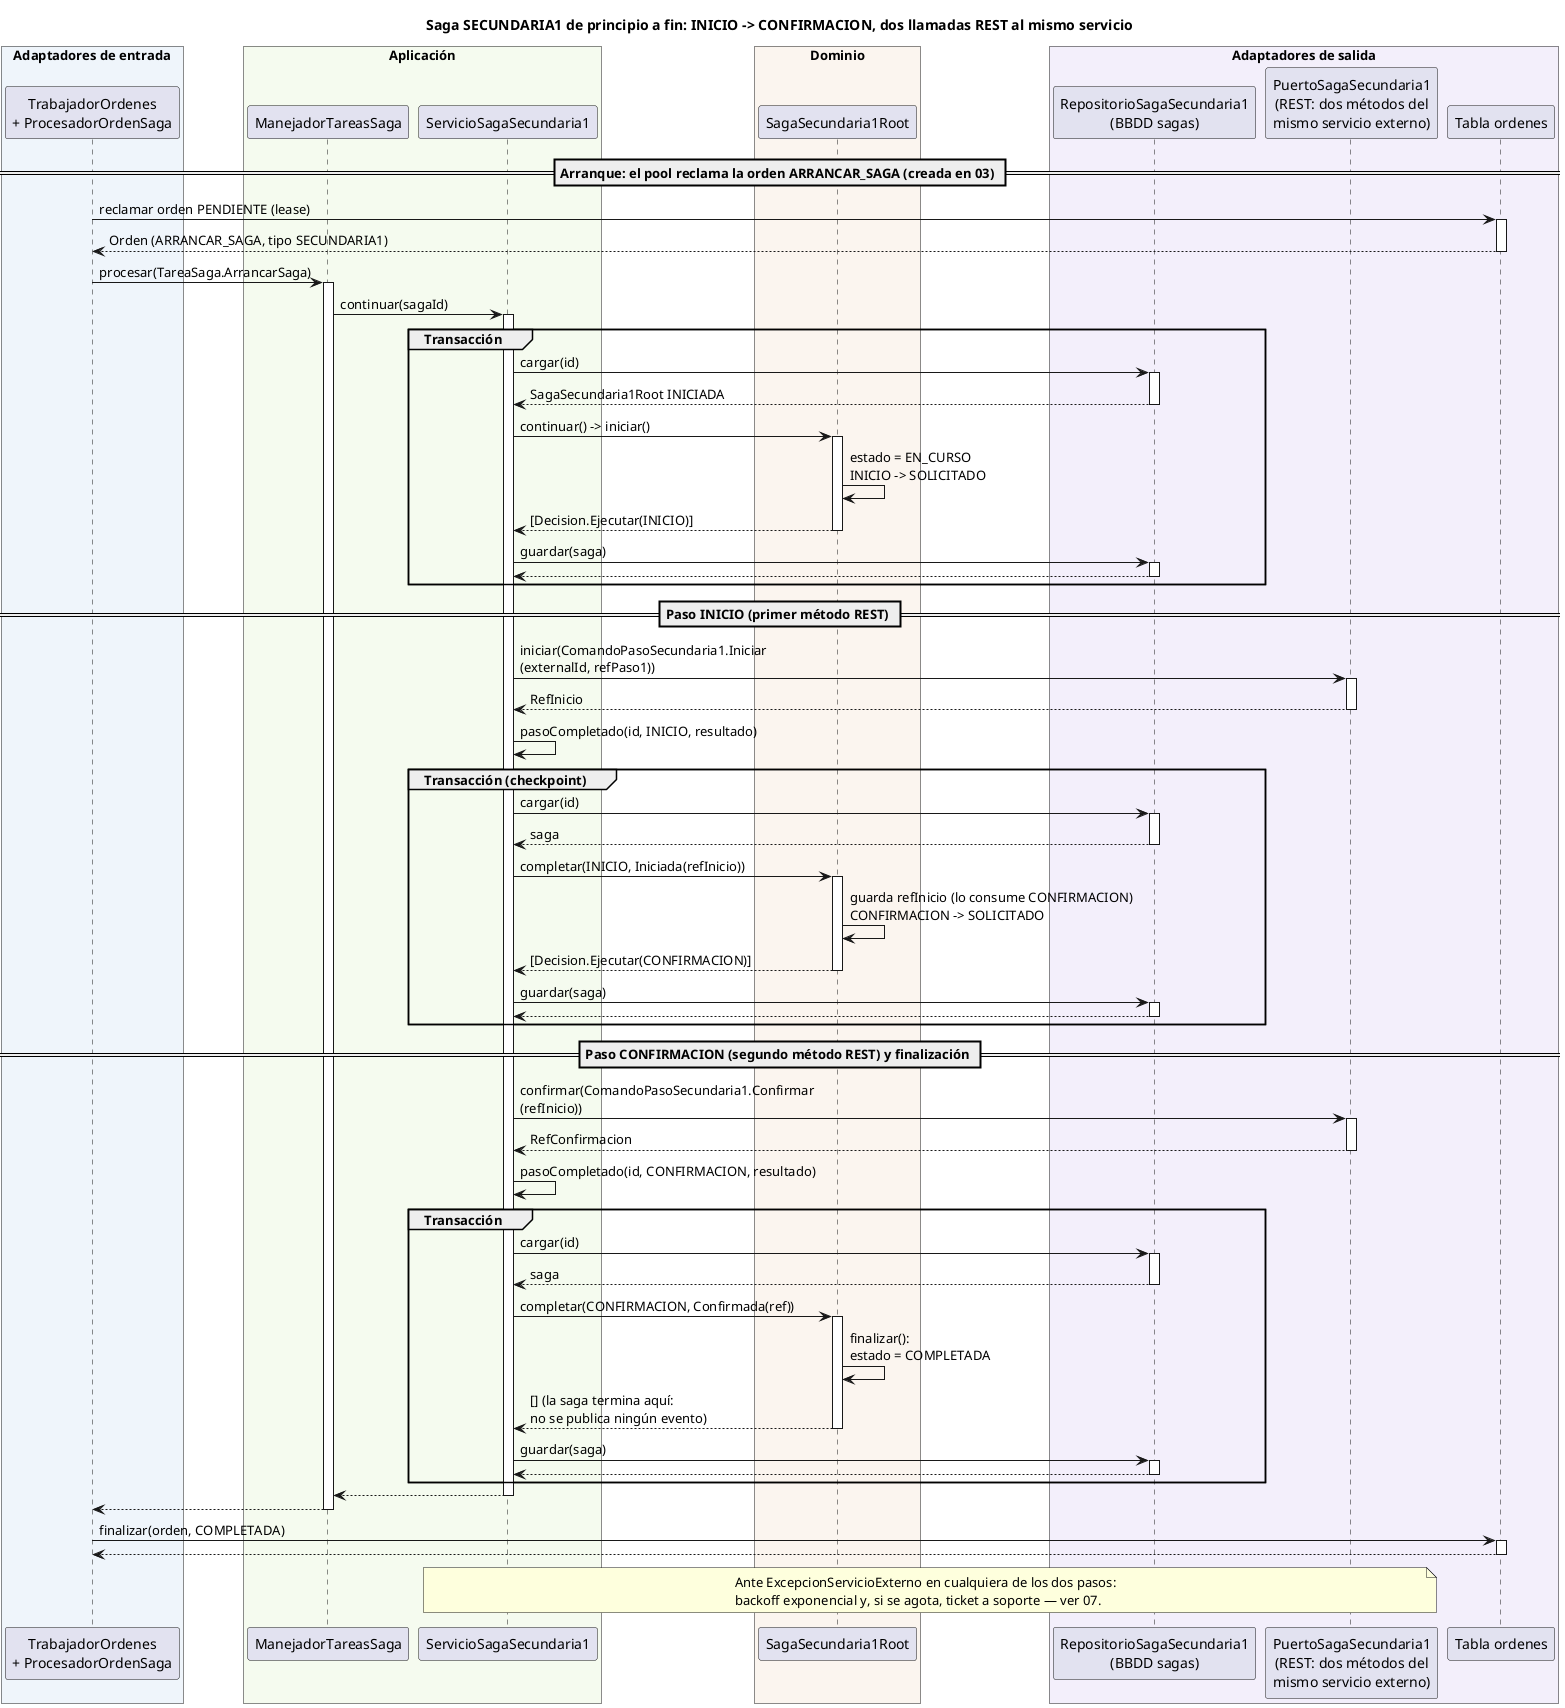
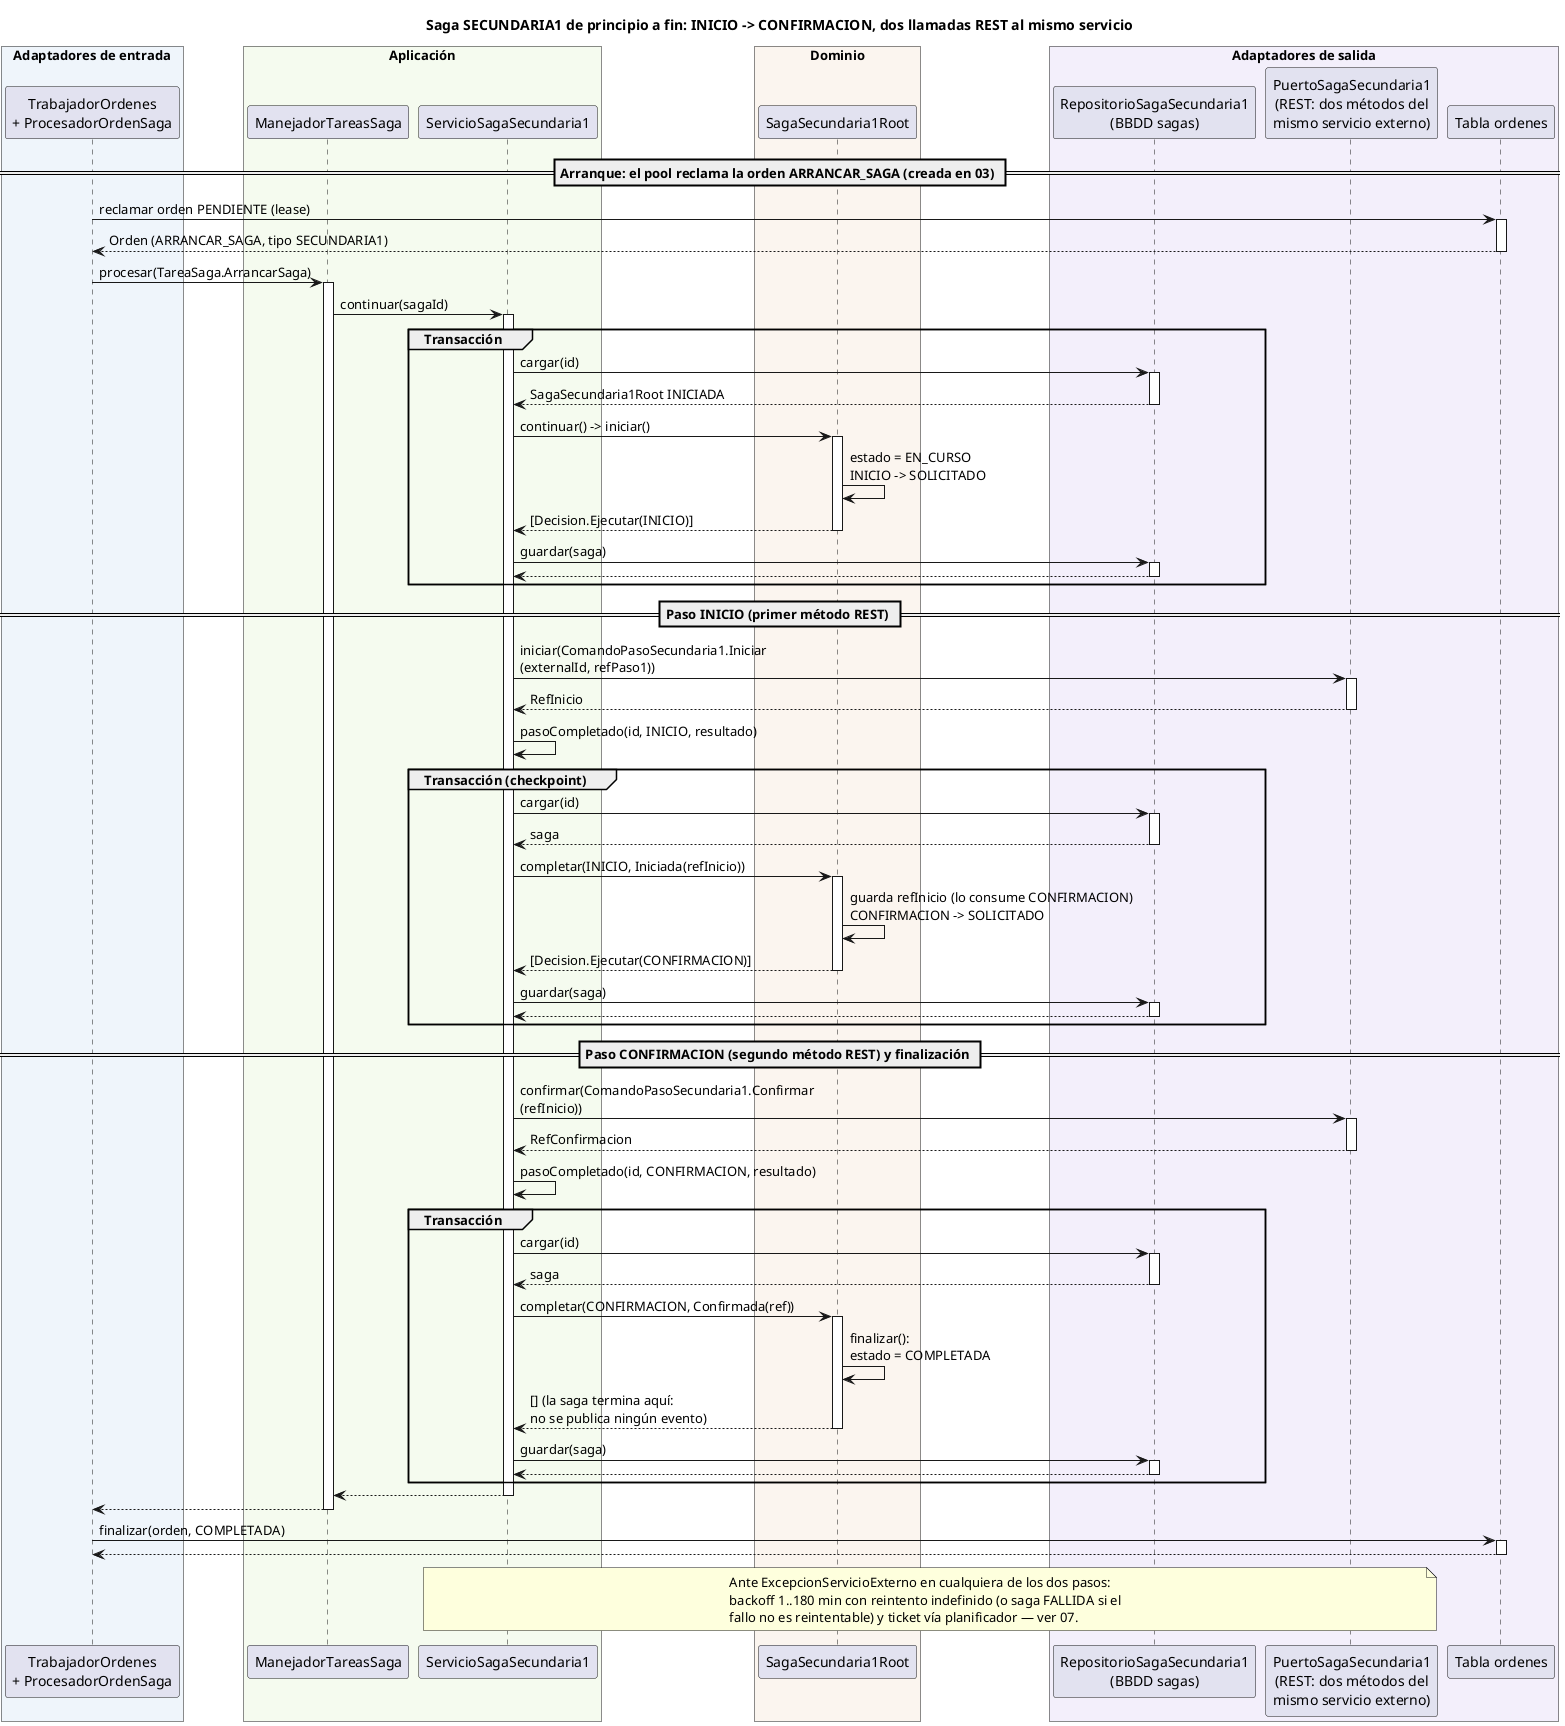
@startuml 04-saga-secundaria1
title Saga SECUNDARIA1 de principio a fin: INICIO -> CONFIRMACION, dos llamadas REST al mismo servicio

box "Adaptadores de entrada" #EFF5FB
  participant "TrabajadorOrdenes\n+ ProcesadorOrdenSaga" as TRAB
end box
box "Aplicación" #F5FBEF
  participant "ManejadorTareasSaga" as MANEJ
  participant "ServicioSagaSecundaria1" as SSEC
end box
box "Dominio" #FBF5EF
  participant "SagaSecundaria1Root" as SAGA
end box
box "Adaptadores de salida" #F3EFFB
  participant "RepositorioSagaSecundaria1\n(BBDD sagas)" as REPOS
  participant "PuertoSagaSecundaria1\n(REST: dos métodos del\nmismo servicio externo)" as PSEC
  participant "Tabla ordenes" as ORD
end box

== Arranque: el pool reclama la orden ARRANCAR_SAGA (creada en 03) ==
TRAB -> ORD ++ : reclamar orden PENDIENTE (lease)
return Orden (ARRANCAR_SAGA, tipo SECUNDARIA1)
TRAB -> MANEJ ++ : procesar(TareaSaga.ArrancarSaga)
MANEJ -> SSEC ++ : continuar(sagaId)
group Transacción
  SSEC -> REPOS ++ : cargar(id)
  return SagaSecundaria1Root INICIADA
  SSEC -> SAGA ++ : continuar() -> iniciar()
  SAGA -> SAGA : estado = EN_CURSO\nINICIO -> SOLICITADO
  return [Decision.Ejecutar(INICIO)]
  SSEC -> REPOS ++ : guardar(saga)
  return
end

== Paso INICIO (primer método REST) ==
SSEC -> PSEC ++ : iniciar(ComandoPasoSecundaria1.Iniciar\n(externalId, refPaso1))
return RefInicio
SSEC -> SSEC : pasoCompletado(id, INICIO, resultado)
group Transacción (checkpoint)
  SSEC -> REPOS ++ : cargar(id)
  return saga
  SSEC -> SAGA ++ : completar(INICIO, Iniciada(refInicio))
  SAGA -> SAGA : guarda refInicio (lo consume CONFIRMACION)\nCONFIRMACION -> SOLICITADO
  return [Decision.Ejecutar(CONFIRMACION)]
  SSEC -> REPOS ++ : guardar(saga)
  return
end

== Paso CONFIRMACION (segundo método REST) y finalización ==
SSEC -> PSEC ++ : confirmar(ComandoPasoSecundaria1.Confirmar\n(refInicio))
return RefConfirmacion
SSEC -> SSEC : pasoCompletado(id, CONFIRMACION, resultado)
group Transacción
  SSEC -> REPOS ++ : cargar(id)
  return saga
  SSEC -> SAGA ++ : completar(CONFIRMACION, Confirmada(ref))
  SAGA -> SAGA : finalizar():\nestado = COMPLETADA
  return [] (la saga termina aquí:\nno se publica ningún evento)
  SSEC -> REPOS ++ : guardar(saga)
  return
end
return
return
TRAB -> ORD ++ : finalizar(orden, COMPLETADA)
return

note over SSEC, PSEC
  Ante ExcepcionServicioExterno en cualquiera de los dos pasos:
-   backoff exponencial y, si se agota, ticket a soporte — ver 07.
+   backoff 1..180 min con reintento indefinido (o saga FALLIDA si el
+   fallo no es reintentable) y ticket vía planificador — ver 07.
end note
@enduml
